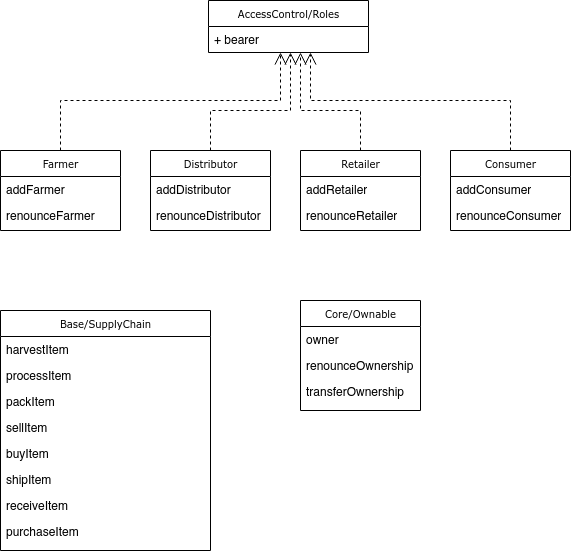
The draw.io diagram uml/3-supply_chain_class_diagram.png in raelgc/dapp_project6, before a commit. Source tidied: cells renumbered, new cells last; positions are measured from the earlier drawing's top-left corner, leaving out a move shared by most shapes.
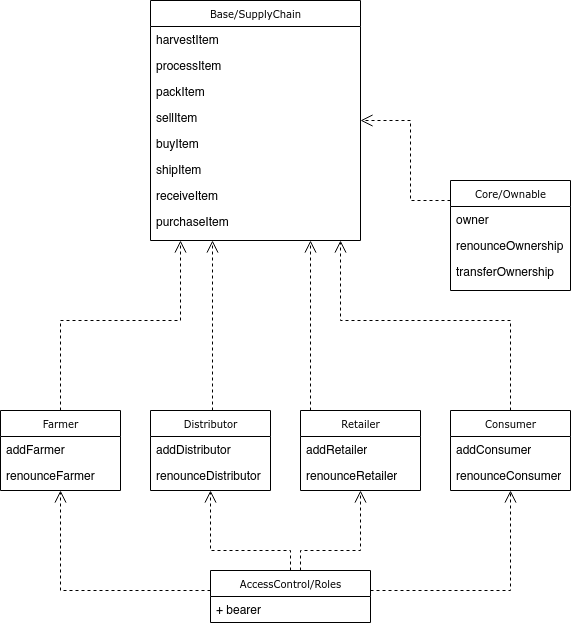
The same diagram one commit later.

What changed in the source:
```diff
@@ -11,16 +11,16 @@
     <mxCell id="4" value="renounceFarmer" style="text;html=1;strokeColor=none;fillColor=none;align=left;verticalAlign=top;spacingLeft=4;spacingRight=4;whiteSpace=wrap;overflow=hidden;" parent="2" vertex="1">
       <mxGeometry y="52" width="120" height="26" as="geometry" />
     </mxCell>
-    <mxCell id="5" style="edgeStyle=orthogonalEdgeStyle;rounded=0;html=1;dashed=1;labelBackgroundColor=none;startFill=0;endArrow=open;endFill=0;endSize=10;fontFamily=Verdana;fontSize=10;exitX=0.5;exitY=0;exitDx=0;exitDy=0;" parent="1" edge="1" source="2" target="6">
+    <mxCell id="5" style="edgeStyle=orthogonalEdgeStyle;rounded=0;html=1;dashed=1;labelBackgroundColor=none;startFill=0;endArrow=open;endFill=0;endSize=10;fontFamily=Verdana;fontSize=10;" parent="1" edge="1" source="6" target="2">
       <mxGeometry relative="1" as="geometry">
         <Array as="points">
-          <mxPoint x="60" y="100" />
-          <mxPoint x="280" y="100" />
+          <mxPoint x="280" y="330" />
+          <mxPoint x="60" y="330" />
         </Array>
       </mxGeometry>
     </mxCell>
     <mxCell id="6" value="AccessControl/Roles" style="swimlane;html=1;fontStyle=0;horizontal=1;startSize=26;fillColor=none;swimlaneFillColor=#ffffff;rounded=0;shadow=0;comic=0;labelBackgroundColor=none;strokeWidth=1;fontFamily=Verdana;fontSize=10;align=center;" parent="1" vertex="1">
-      <mxGeometry x="208" width="160" height="52" as="geometry" />
+      <mxGeometry x="210" y="310" width="160" height="52" as="geometry" />
     </mxCell>
     <mxCell id="7" value="+ bearer" style="text;html=1;strokeColor=none;fillColor=none;align=left;verticalAlign=top;spacingLeft=4;spacingRight=4;whiteSpace=wrap;overflow=hidden;" parent="6" vertex="1">
       <mxGeometry y="26" width="160" height="26" as="geometry" />
@@ -52,32 +52,32 @@
     <mxCell id="16" value="renounceConsumer" style="text;html=1;strokeColor=none;fillColor=none;align=left;verticalAlign=top;spacingLeft=4;spacingRight=4;whiteSpace=wrap;overflow=hidden;" parent="14" vertex="1">
       <mxGeometry y="52" width="120" height="26" as="geometry" />
     </mxCell>
-    <mxCell id="17" style="edgeStyle=orthogonalEdgeStyle;rounded=0;html=1;dashed=1;labelBackgroundColor=none;startFill=0;endArrow=open;endFill=0;endSize=10;fontFamily=Verdana;fontSize=10;" parent="1" edge="1" source="8" target="6">
+    <mxCell id="17" style="edgeStyle=orthogonalEdgeStyle;rounded=0;html=1;dashed=1;labelBackgroundColor=none;startFill=0;endArrow=open;endFill=0;endSize=10;fontFamily=Verdana;fontSize=10;" parent="1" edge="1" source="6" target="8">
       <mxGeometry relative="1" as="geometry">
         <Array as="points">
-          <mxPoint x="210" y="110" />
-          <mxPoint x="290" y="110" />
+          <mxPoint x="290" y="290" />
+          <mxPoint x="210" y="290" />
         </Array>
       </mxGeometry>
     </mxCell>
-    <mxCell id="18" style="edgeStyle=orthogonalEdgeStyle;rounded=0;html=1;dashed=1;labelBackgroundColor=none;startFill=0;endArrow=open;endFill=0;endSize=10;fontFamily=Verdana;fontSize=10;" parent="1" edge="1" source="11" target="6">
+    <mxCell id="18" style="edgeStyle=orthogonalEdgeStyle;rounded=0;html=1;dashed=1;labelBackgroundColor=none;startFill=0;endArrow=open;endFill=0;endSize=10;fontFamily=Verdana;fontSize=10;" parent="1" edge="1" source="6" target="11">
       <mxGeometry relative="1" as="geometry">
         <Array as="points">
-          <mxPoint x="360" y="110" />
-          <mxPoint x="300" y="110" />
+          <mxPoint x="300" y="290" />
+          <mxPoint x="360" y="290" />
         </Array>
       </mxGeometry>
     </mxCell>
-    <mxCell id="19" style="edgeStyle=orthogonalEdgeStyle;rounded=0;html=1;dashed=1;labelBackgroundColor=none;startFill=0;endArrow=open;endFill=0;endSize=10;fontFamily=Verdana;fontSize=10;" parent="1" edge="1" source="14" target="6">
+    <mxCell id="19" style="edgeStyle=orthogonalEdgeStyle;rounded=0;html=1;dashed=1;labelBackgroundColor=none;startFill=0;endArrow=open;endFill=0;endSize=10;fontFamily=Verdana;fontSize=10;" parent="1" edge="1" source="6" target="14">
       <mxGeometry relative="1" as="geometry">
         <Array as="points">
-          <mxPoint x="510" y="100" />
-          <mxPoint x="310" y="100" />
+          <mxPoint x="310" y="330" />
+          <mxPoint x="510" y="330" />
         </Array>
       </mxGeometry>
     </mxCell>
     <mxCell id="20" value="Base/SupplyChain" style="swimlane;html=1;fontStyle=0;horizontal=1;startSize=26;fillColor=none;swimlaneFillColor=#ffffff;rounded=0;shadow=0;comic=0;labelBackgroundColor=none;strokeWidth=1;fontFamily=Verdana;fontSize=10;align=center;" parent="1" vertex="1">
-      <mxGeometry y="310" width="210" height="240" as="geometry" />
+      <mxGeometry x="150" y="-260" width="210" height="240" as="geometry" />
     </mxCell>
     <mxCell id="21" value="harvestItem" style="text;html=1;strokeColor=none;fillColor=none;align=left;verticalAlign=top;spacingLeft=4;spacingRight=4;whiteSpace=wrap;overflow=hidden;" parent="20" vertex="1">
       <mxGeometry y="26" width="210" height="26" as="geometry" />
@@ -104,7 +104,7 @@
       <mxGeometry y="208" width="210" height="26" as="geometry" />
     </mxCell>
     <mxCell id="29" value="Core/Ownable" style="swimlane;html=1;fontStyle=0;horizontal=1;startSize=26;fillColor=none;swimlaneFillColor=#ffffff;rounded=0;shadow=0;comic=0;labelBackgroundColor=none;strokeWidth=1;fontFamily=Verdana;fontSize=10;align=center;" parent="1" vertex="1">
-      <mxGeometry x="300" y="300" width="120" height="110" as="geometry" />
+      <mxGeometry x="450" y="-80" width="120" height="110" as="geometry" />
     </mxCell>
     <mxCell id="30" value="owner" style="text;html=1;strokeColor=none;fillColor=none;align=left;verticalAlign=top;spacingLeft=4;spacingRight=4;whiteSpace=wrap;overflow=hidden;" parent="29" vertex="1">
       <mxGeometry y="26" width="120" height="26" as="geometry" />
@@ -115,5 +115,49 @@
     <mxCell id="32" value="transferOwnership" style="text;html=1;strokeColor=none;fillColor=none;align=left;verticalAlign=top;spacingLeft=4;spacingRight=4;whiteSpace=wrap;overflow=hidden;" parent="29" vertex="1">
       <mxGeometry y="78" width="120" height="26" as="geometry" />
     </mxCell>
+    <mxCell id="33" style="edgeStyle=orthogonalEdgeStyle;rounded=0;html=1;dashed=1;labelBackgroundColor=none;startFill=0;endArrow=open;endFill=0;endSize=10;fontFamily=Verdana;fontSize=10;" parent="1" edge="1" source="2" target="20">
+      <mxGeometry relative="1" as="geometry">
+        <Array as="points">
+          <mxPoint x="60" y="60" />
+          <mxPoint x="180" y="60" />
+        </Array>
+      </mxGeometry>
+    </mxCell>
+    <mxCell id="34" style="edgeStyle=orthogonalEdgeStyle;rounded=0;html=1;dashed=1;labelBackgroundColor=none;startFill=0;endArrow=open;endFill=0;endSize=10;fontFamily=Verdana;fontSize=10;" parent="1" edge="1">
+      <mxGeometry relative="1" as="geometry">
+        <mxPoint x="212" y="150" as="sourcePoint" />
+        <mxPoint x="212" y="-20" as="targetPoint" />
+        <Array as="points">
+          <mxPoint x="212" y="120" />
+          <mxPoint x="212" y="120" />
+        </Array>
+      </mxGeometry>
+    </mxCell>
+    <mxCell id="35" style="edgeStyle=orthogonalEdgeStyle;rounded=0;html=1;dashed=1;labelBackgroundColor=none;startFill=0;endArrow=open;endFill=0;endSize=10;fontFamily=Verdana;fontSize=10;" parent="1" edge="1">
+      <mxGeometry relative="1" as="geometry">
+        <mxPoint x="310" y="150" as="sourcePoint" />
+        <mxPoint x="310" y="-20" as="targetPoint" />
+        <Array as="points">
+          <mxPoint x="310" y="120" />
+          <mxPoint x="310" y="120" />
+        </Array>
+      </mxGeometry>
+    </mxCell>
+    <mxCell id="36" style="edgeStyle=orthogonalEdgeStyle;rounded=0;html=1;dashed=1;labelBackgroundColor=none;startFill=0;endArrow=open;endFill=0;endSize=10;fontFamily=Verdana;fontSize=10;" parent="1" edge="1" source="14" target="20">
+      <mxGeometry relative="1" as="geometry">
+        <Array as="points">
+          <mxPoint x="510" y="60" />
+          <mxPoint x="340" y="60" />
+        </Array>
+      </mxGeometry>
+    </mxCell>
+    <mxCell id="37" style="edgeStyle=orthogonalEdgeStyle;rounded=0;html=1;dashed=1;labelBackgroundColor=none;startFill=0;endArrow=open;endFill=0;endSize=10;fontFamily=Verdana;fontSize=10;" parent="1" edge="1" source="29" target="20">
+      <mxGeometry relative="1" as="geometry">
+        <Array as="points">
+          <mxPoint x="410" y="-60" />
+          <mxPoint x="410" y="-140" />
+        </Array>
+      </mxGeometry>
+    </mxCell>
   </root>
 </mxGraphModel>
```
